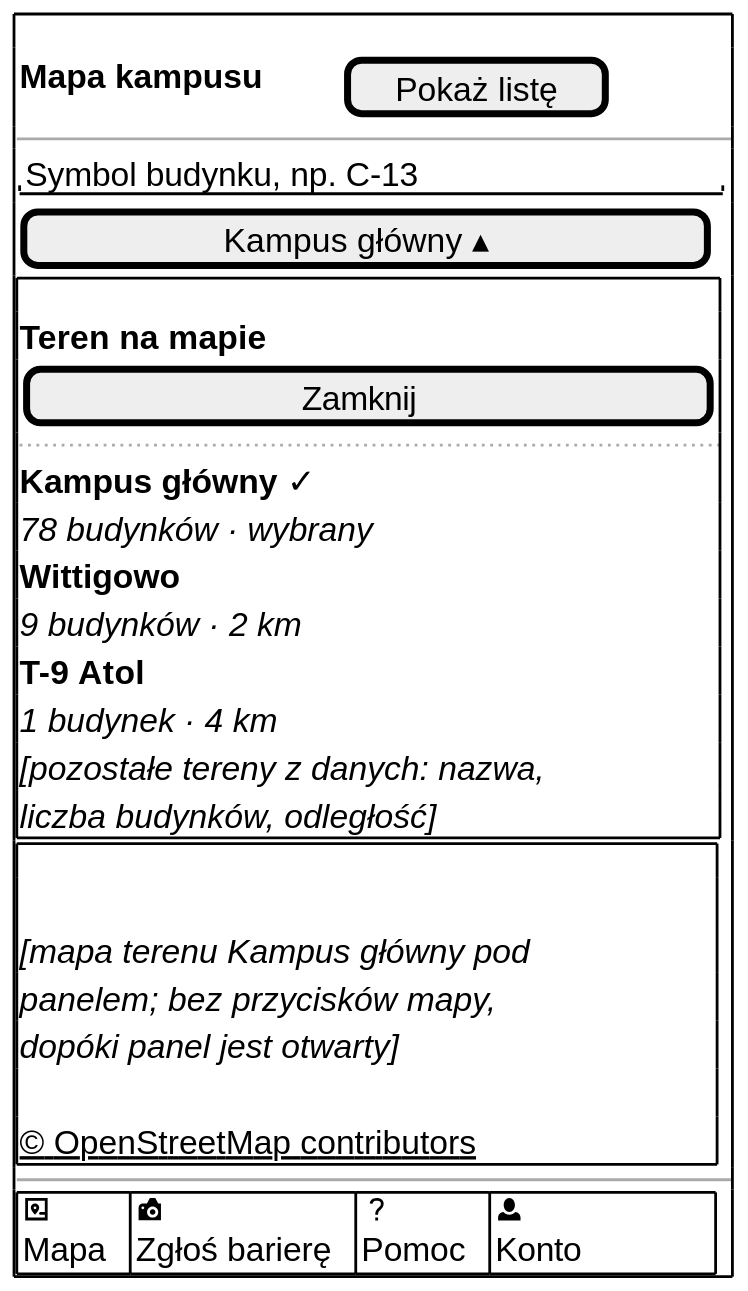
Above: docs/docs/_generated/m-v1-mapa-teren-panel.svg in dostepny-kampus/dostepny-kampus (PlantUML), before the change.
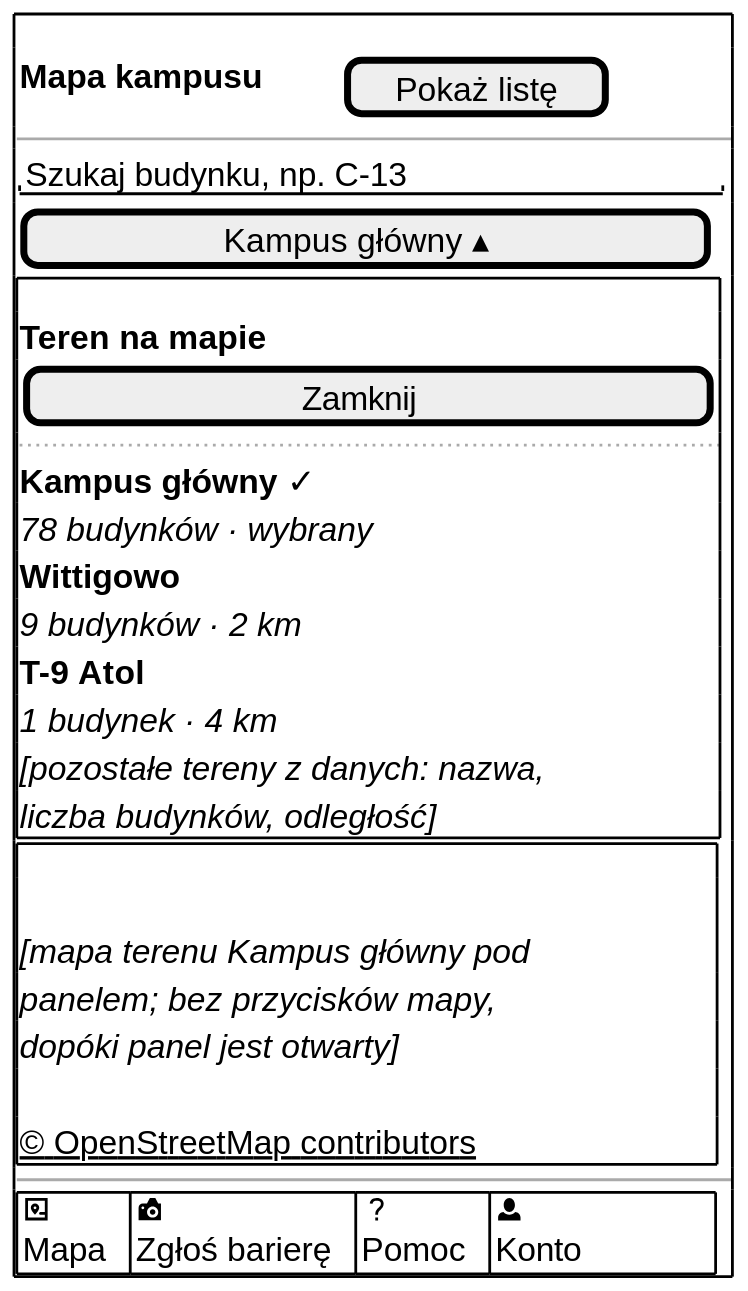
The same file after the commit.

The edit, as a diff of the source:
```diff
@@ -4,7 +4,7 @@
 !include _odwiedzajacy.iuml
 $ekran_poczatek()
 $naglowek_mapy("Pokaż listę")
-$pole_tekstowe("Symbol budynku, np. C-13")
+$pole_tekstowe("Szukaj budynku, np. C-13")
 $przycisk("Kampus główny ▴")
 $ramka()
 <b>Teren na mapie</b>
```
